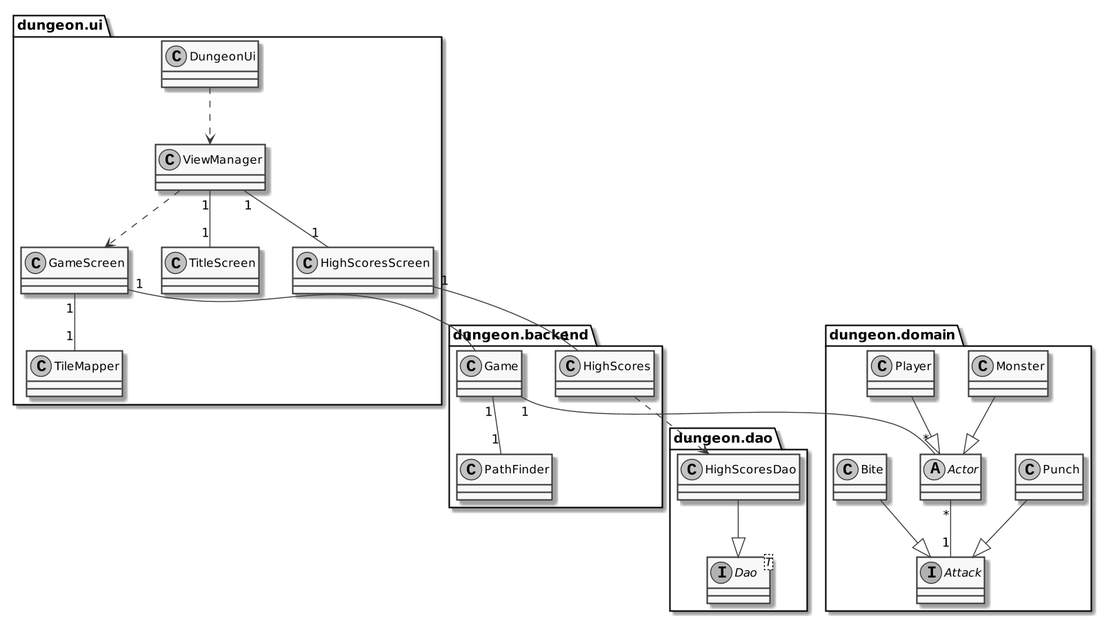
The PlantUML diagram documentation/pakkauskaavio.png in ollim1/ot-harjoitustyo, before a commit. The source it was exported from:
```plantuml
@startuml
skinparam monochrome true
skinparam dpi 133

package dungeon.ui {
    class DungeonUi
    class ViewManager
    class GameScreen
    class TitleScreen
    class HighScoresScreen
    class TileMapper
}
package dungeon.backend {
    class HighScores
    class Game
    class PathFinder
}
package dungeon.dao {
    interface Dao<T>
    class HighScoresDao
}
package dungeon.domain {
    abstract class Actor
    interface Attack
    class Monster
    class Player
    class Bite
    class Punch
}

DungeonUi ..> ViewManager
ViewManager ..> GameScreen
GameScreen "1"--"1" Game
GameScreen "1"--"1" TileMapper
ViewManager "1"--"1" TitleScreen
ViewManager "1"--"1" HighScoresScreen
HighScoresScreen "1"--"1" HighScores
HighScores ..> HighScoresDao
HighScoresDao --|> Dao
Game "1"--"1" PathFinder
Game "1"--"*" Actor
Monster --|> Actor
Player --|> Actor
Actor "*"--"1" Attack
Bite --|> Attack
Punch --|> Attack
@enduml
```
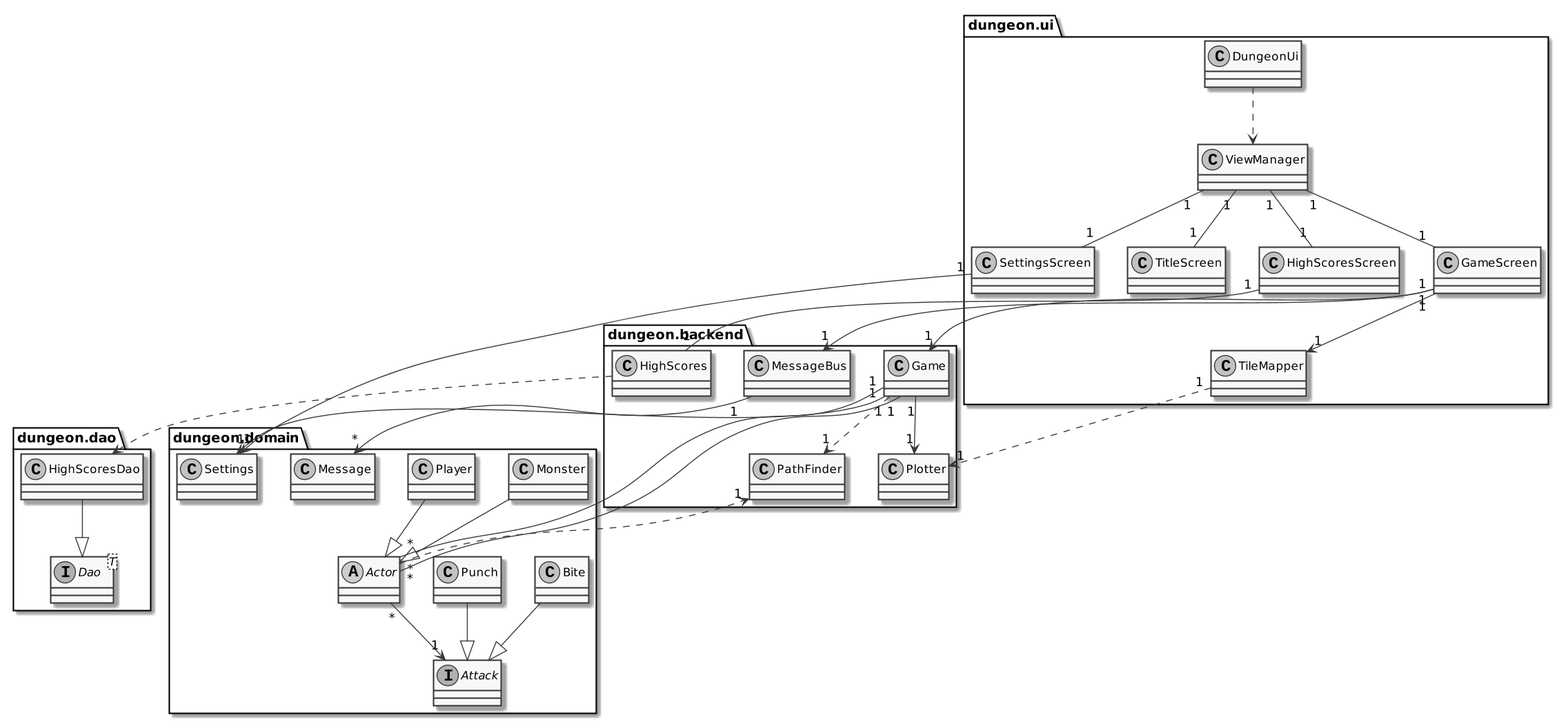
After the commit.

Commit message:
moved game creation code from ViewManager to GameScreen's constructor

What changed in the source:
```diff
@@ -8,12 +8,15 @@
     class GameScreen
     class TitleScreen
     class HighScoresScreen
+    class SettingsScreen
     class TileMapper
 }
 package dungeon.backend {
     class HighScores
     class Game
     class PathFinder
+    class Plotter
+    class MessageBus
 }
 package dungeon.dao {
     interface Dao<T>
@@ -26,22 +29,33 @@
     class Player
     class Bite
     class Punch
+    class Message
+    class Settings
 }
 
 DungeonUi ..> ViewManager
-ViewManager ..> GameScreen
-GameScreen "1"--"1" Game
-GameScreen "1"--"1" TileMapper
+ViewManager "1"--"1" GameScreen
+ViewManager "1"--"1" SettingsScreen
+SettingsScreen "1"-->"1" Settings
+GameScreen "1"-->"1" Game
+GameScreen "1"-->"1" MessageBus
+MessageBus "1"-->"*" Message
+GameScreen "1"-->"1" TileMapper
 ViewManager "1"--"1" TitleScreen
 ViewManager "1"--"1" HighScoresScreen
 HighScoresScreen "1"--"1" HighScores
 HighScores ..> HighScoresDao
 HighScoresDao --|> Dao
-Game "1"--"1" PathFinder
+Game "1"..>"1" PathFinder
+Game "1"-->"1" Settings
+Game "1"-->"1" Plotter
+TileMapper "1"..>"1" Plotter
+Actor "*"..>"1" PathFinder
+Game "1"--"*" Actor
 Game "1"--"*" Actor
 Monster --|> Actor
 Player --|> Actor
-Actor "*"--"1" Attack
+Actor "*"-->"1" Attack
 Bite --|> Attack
 Punch --|> Attack
 @enduml
```
